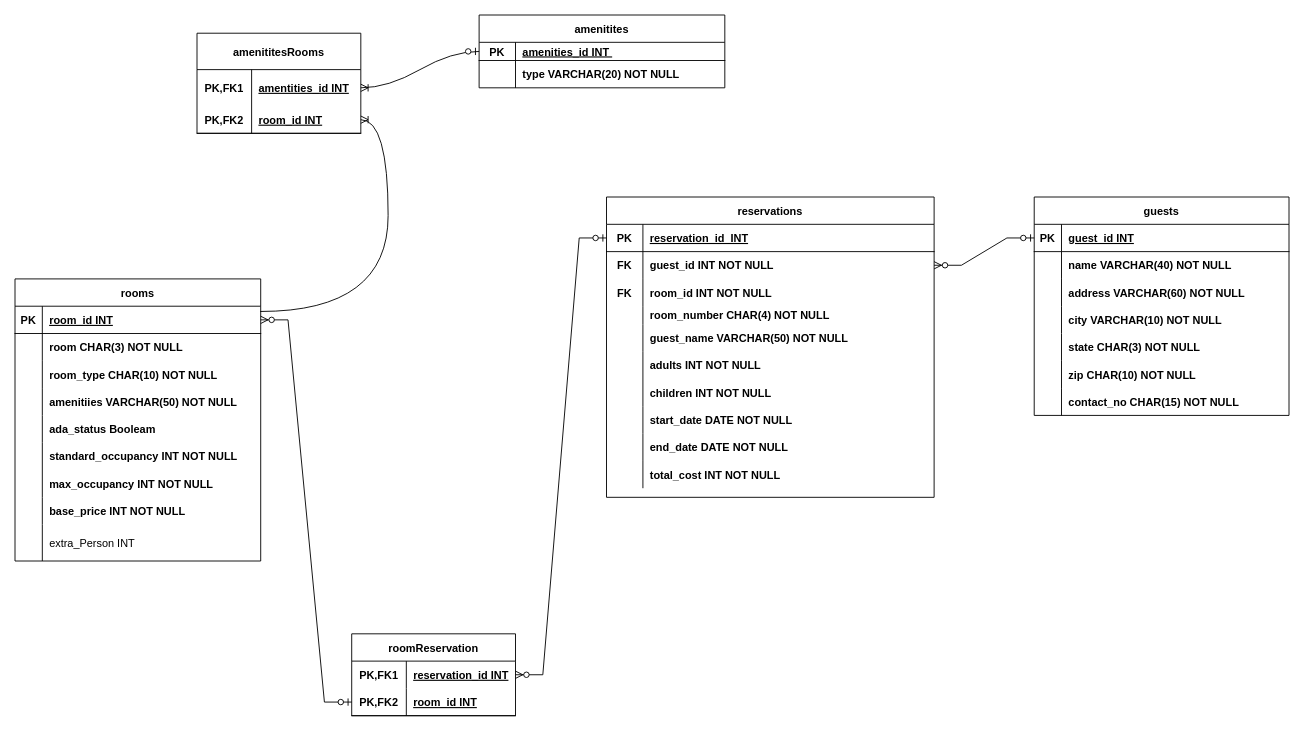
Before: HotelReservation.drawio in raveen112/raveen-mathai-classwork, a draw.io diagram. Source tidied: cells renumbered, new cells numbered last; positions are measured from the earlier drawing's top-left corner, leaving out a move shared by most shapes. Both pictures are drawn from the tidied source at 91%, with x=0, y=0 at pixel (15, 15).
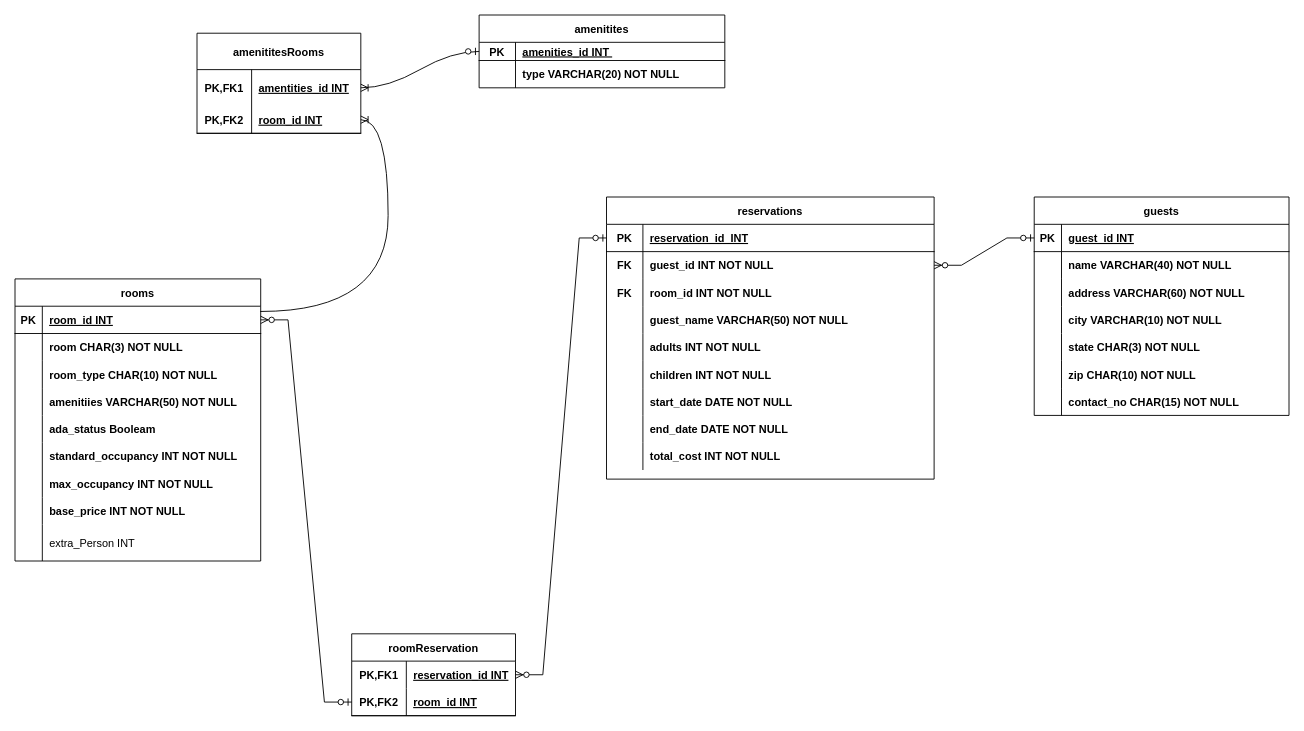
Above is the later version.

The edit, as a diff of the source:
```diff
@@
     <mxCell id="2" value="reservations" style="shape=table;startSize=30;childLayout=tableLayout;rowLines=0;fontStyle=1;align=center;" parent="1" vertex="1">
-      <mxGeometry x="650" y="200" width="360" height="330" as="geometry" />
+      <mxGeometry x="650" y="200" width="360" height="310" as="geometry" />
     </mxCell>
@@
-    <mxCell id="12" style="shape=tableRow;horizontal=0;startSize=0;swimlaneHead=0;swimlaneBody=0;fillColor=none;top=0;left=0;right=0;bottom=0;" parent="2" vertex="1">
-      <mxGeometry y="120" width="360" height="20" as="geometry" />
-    </mxCell>
-    <mxCell id="13" style="shape=partialRectangle;fillColor=none;top=0;left=0;bottom=0;right=0;overflow=hidden;" parent="12" vertex="1">
-      <mxGeometry width="40" height="20" as="geometry" />
-    </mxCell>
-    <mxCell id="14" value="room_number CHAR(4) NOT NULL" style="shape=partialRectangle;fillColor=none;top=0;left=0;bottom=0;right=0;align=left;spacingLeft=6;overflow=hidden;fontStyle=1;" parent="12" vertex="1">
-      <mxGeometry x="40" width="320" height="20" as="geometry" />
-    </mxCell>
     <mxCell id="15" style="shape=tableRow;horizontal=0;startSize=0;swimlaneHead=0;swimlaneBody=0;fillColor=none;top=0;left=0;right=0;bottom=0;" parent="2" vertex="1">
-      <mxGeometry y="140" width="360" height="30" as="geometry" />
+      <mxGeometry y="120" width="360" height="30" as="geometry" />
     </mxCell>
@@
     <mxCell id="18" style="shape=tableRow;horizontal=0;startSize=0;swimlaneHead=0;swimlaneBody=0;fillColor=none;top=0;left=0;right=0;bottom=0;" parent="2" vertex="1">
-      <mxGeometry y="170" width="360" height="30" as="geometry" />
+      <mxGeometry y="150" width="360" height="30" as="geometry" />
     </mxCell>
@@
     <mxCell id="21" style="shape=tableRow;horizontal=0;startSize=0;swimlaneHead=0;swimlaneBody=0;fillColor=none;top=0;left=0;right=0;bottom=0;" parent="2" vertex="1">
-      <mxGeometry y="200" width="360" height="30" as="geometry" />
+      <mxGeometry y="180" width="360" height="30" as="geometry" />
     </mxCell>
@@
     <mxCell id="24" style="shape=tableRow;horizontal=0;startSize=0;swimlaneHead=0;swimlaneBody=0;fillColor=none;top=0;left=0;right=0;bottom=0;" parent="2" vertex="1">
-      <mxGeometry y="230" width="360" height="30" as="geometry" />
+      <mxGeometry y="210" width="360" height="30" as="geometry" />
     </mxCell>
@@
     <mxCell id="27" style="shape=tableRow;horizontal=0;startSize=0;swimlaneHead=0;swimlaneBody=0;fillColor=none;top=0;left=0;right=0;bottom=0;" parent="2" vertex="1">
-      <mxGeometry y="260" width="360" height="30" as="geometry" />
+      <mxGeometry y="240" width="360" height="30" as="geometry" />
     </mxCell>
@@
     <mxCell id="30" style="shape=tableRow;horizontal=0;startSize=0;swimlaneHead=0;swimlaneBody=0;fillColor=none;top=0;left=0;right=0;bottom=0;" parent="2" vertex="1">
-      <mxGeometry y="290" width="360" height="30" as="geometry" />
+      <mxGeometry y="270" width="360" height="30" as="geometry" />
     </mxCell>
```
